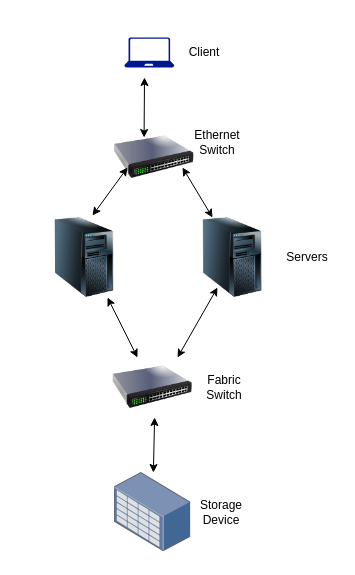
lightgreytech/processdocs keeps this draw.io diagram as Untitled Diagram.drawio. Above is the earlier version. Source tidied: cells renumbered, new cells numbered last; positions are measured from the earlier drawing's top-left corner, leaving out a move shared by most shapes. Both pictures are drawn from the tidied source at 100%, with x=0, y=0 at pixel (44, 37).
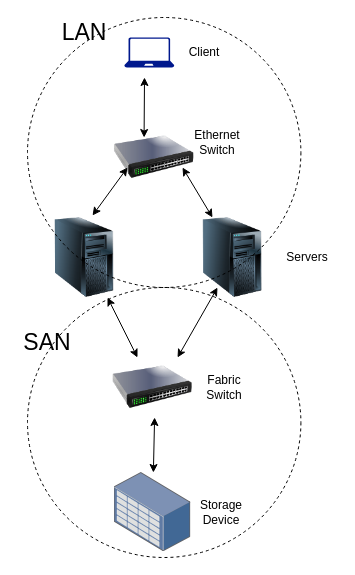
The same diagram, later.

The edit, as a diff of the source:
```diff
@@
+    <mxCell id="19" style="ellipse;whiteSpace=wrap;html=1;dashed=1;fillColor=none;gradientColor=none;" parent="1" vertex="1">
+      <mxGeometry x="-17" y="-20" width="273.4" height="270" as="geometry" />
+    </mxCell>
+    <mxCell id="20" style="ellipse;whiteSpace=wrap;html=1;dashed=1;fillColor=none;gradientColor=none;" parent="1" vertex="1">
+      <mxGeometry x="-17" y="250" width="273.4" height="270" as="geometry" />
+    </mxCell>
+    <mxCell id="21" value="&lt;font style=&quot;font-size: 23px;&quot;&gt;LAN&lt;/font&gt;" style="text;html=1;strokeColor=none;fillColor=none;align=center;verticalAlign=middle;whiteSpace=wrap;rounded=0;" parent="1" vertex="1">
+      <mxGeometry x="9.8" y="-20" width="60" height="30" as="geometry" />
+    </mxCell>
+    <mxCell id="22" value="&lt;font style=&quot;font-size: 23px;&quot;&gt;SAN&lt;/font&gt;" style="text;html=1;strokeColor=none;fillColor=none;align=center;verticalAlign=middle;whiteSpace=wrap;rounded=0;" parent="1" vertex="1">
+      <mxGeometry x="-27" y="290" width="60" height="30" as="geometry" />
+    </mxCell>
```
